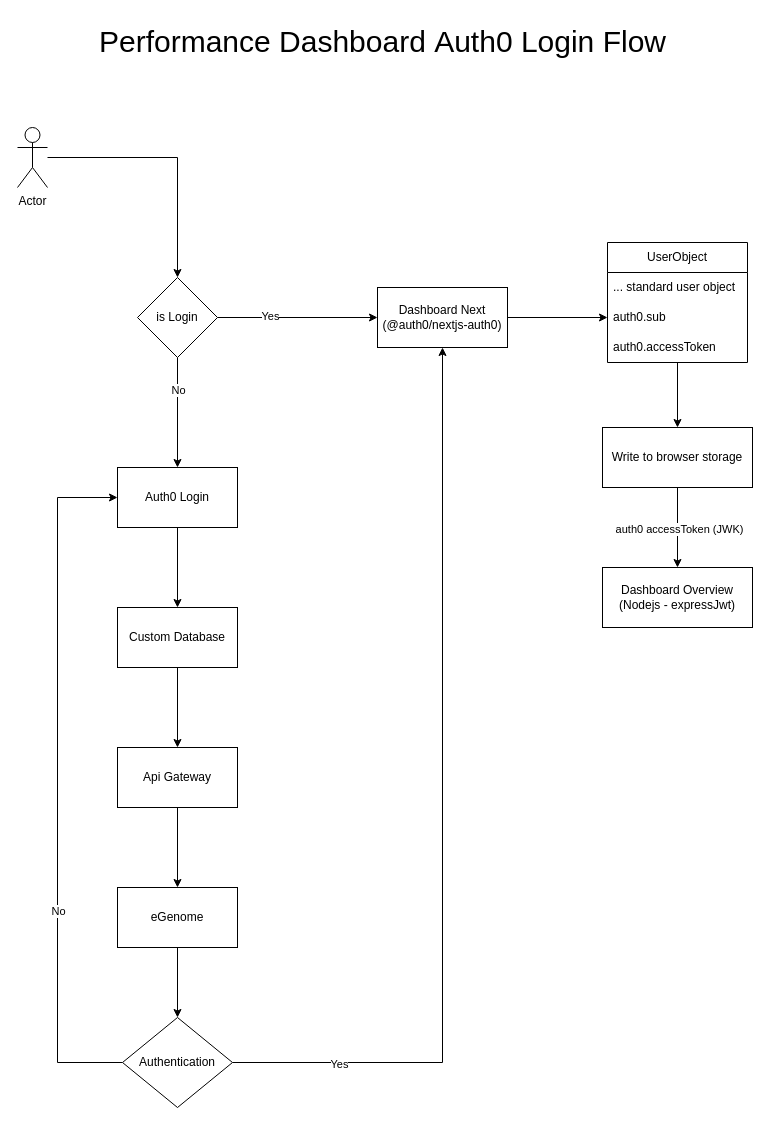
Earlier version of the draw.io diagram page "Auth0 Login Workflow" (2 of 3) of Dashboard-authenciation.drawio (half-6/workflow). Source tidied: cells renumbered, new cells numbered last; positions are measured from the earlier drawing's top-left corner, leaving out a move shared by most shapes. Both pictures are drawn from the tidied source at 100%, with x=0, y=0 at pixel (17, 17).
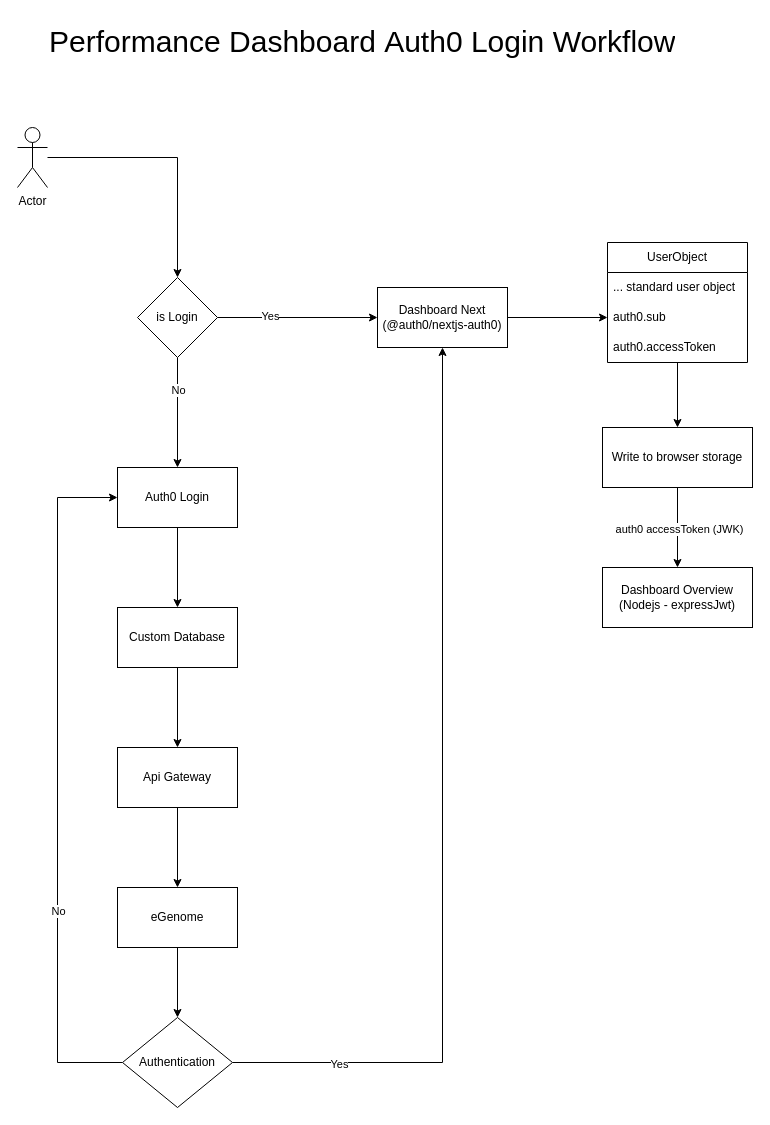
The same page after the edit.

The edit, as a diff of the source:
```diff
@@
-    <mxCell id="33" value="&lt;h1 style=&quot;margin-top: 0px;&quot;&gt;&lt;font style=&quot;font-weight: normal; font-size: 30px;&quot;&gt;&lt;font style=&quot;&quot;&gt;Performance Dashboard&amp;nbsp;&lt;/font&gt;&lt;span style=&quot;background-color: transparent; color: light-dark(rgb(0, 0, 0), rgb(255, 255, 255));&quot;&gt;Auth0 Login Flow&lt;/span&gt;&lt;/font&gt;&lt;/h1&gt;&lt;p&gt;&lt;br&gt;&lt;/p&gt;" style="text;html=1;whiteSpace=wrap;overflow=hidden;rounded=0;" parent="1" vertex="1">
-      <mxGeometry x="80" width="590" height="70" as="geometry" />
+    <mxCell id="33" value="&lt;h1 style=&quot;margin-top: 0px;&quot;&gt;&lt;font style=&quot;font-weight: normal; font-size: 30px;&quot;&gt;&lt;font style=&quot;&quot;&gt;Performance Dashboard&amp;nbsp;&lt;/font&gt;&lt;span style=&quot;background-color: transparent; color: light-dark(rgb(0, 0, 0), rgb(255, 255, 255));&quot;&gt;Auth0 Login Workflow&lt;/span&gt;&lt;/font&gt;&lt;/h1&gt;&lt;p&gt;&lt;br&gt;&lt;/p&gt;" style="text;html=1;whiteSpace=wrap;overflow=hidden;rounded=0;" parent="1" vertex="1">
+      <mxGeometry x="30" width="690" height="70" as="geometry" />
     </mxCell>
```
